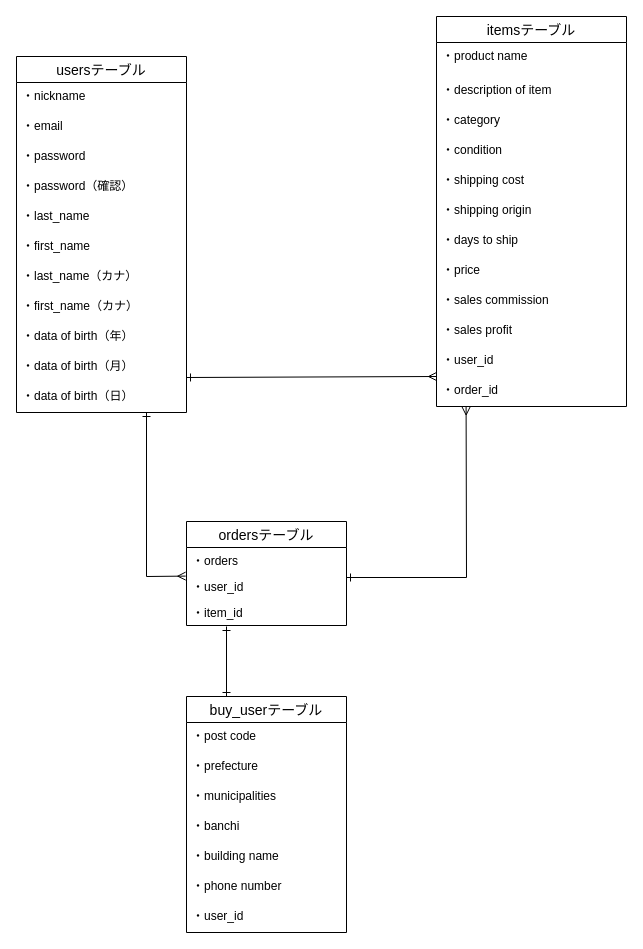
This is test.dio from hero-39/furima-39744, a draw.io file, before an edit. Source tidied: cells renumbered, new cells numbered last; positions are measured from the earlier drawing's top-left corner, leaving out a move shared by most shapes. Both pictures are drawn from the tidied source at 100%, with x=0, y=0 at pixel (16, 16).
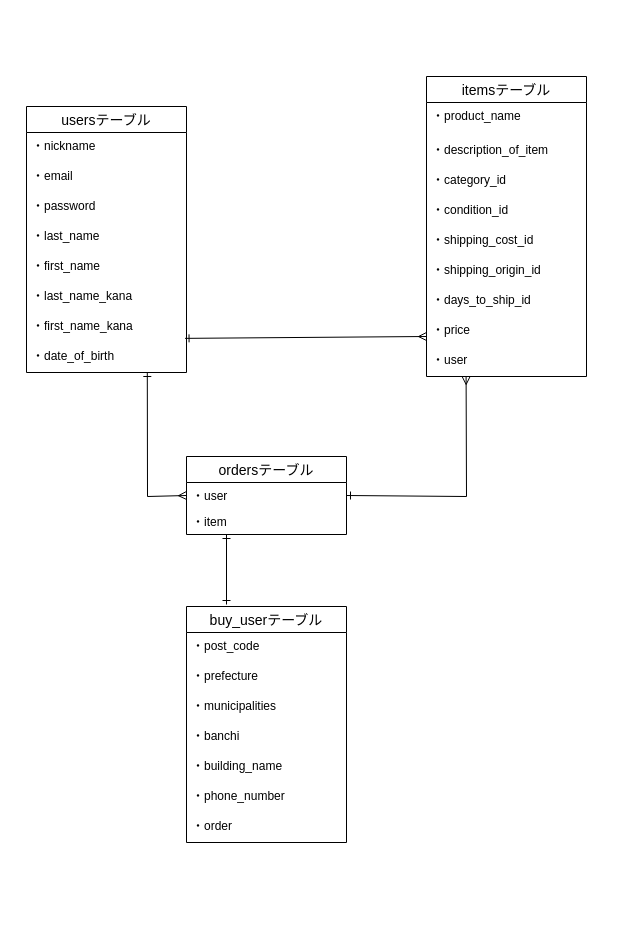
The same diagram, later.

Change to the diagram source:
```diff
@@
     <mxCell id="2" value="usersテーブル" style="swimlane;fontStyle=0;horizontal=1;startSize=26;align=center;fontSize=14;" parent="1" vertex="1">
-      <mxGeometry y="40" width="170" height="356" as="geometry" />
+      <mxGeometry x="10" y="90" width="160" height="266" as="geometry" />
     </mxCell>
-    <mxCell id="3" value="・nickname      &#10; " style="text;strokeColor=none;fillColor=none;spacingLeft=4;spacingRight=4;overflow=hidden;fontSize=12;" parent="2" vertex="1">
-      <mxGeometry y="26" width="170" height="30" as="geometry" />
+    <mxCell id="3" value="・nickname " style="text;strokeColor=none;fillColor=none;spacingLeft=4;spacingRight=4;overflow=hidden;fontSize=12;" parent="2" vertex="1">
+      <mxGeometry y="26" width="160" height="30" as="geometry" />
     </mxCell>
-    <mxCell id="4" value="・email " style="text;strokeColor=none;fillColor=none;spacingLeft=4;spacingRight=4;overflow=hidden;fontSize=12;" parent="2" vertex="1">
-      <mxGeometry y="56" width="170" height="30" as="geometry" />
+    <mxCell id="4" value="・email" style="text;strokeColor=none;fillColor=none;spacingLeft=4;spacingRight=4;overflow=hidden;fontSize=12;" parent="2" vertex="1">
+      <mxGeometry y="56" width="160" height="30" as="geometry" />
     </mxCell>
     <mxCell id="5" value="・password" style="text;strokeColor=none;fillColor=none;spacingLeft=4;spacingRight=4;overflow=hidden;fontSize=12;" parent="2" vertex="1">
-      <mxGeometry y="86" width="170" height="30" as="geometry" />
+      <mxGeometry y="86" width="160" height="30" as="geometry" />
     </mxCell>
-    <mxCell id="6" value="・password（確認）  " style="text;strokeColor=none;fillColor=none;spacingLeft=4;spacingRight=4;overflow=hidden;fontSize=12;" parent="2" vertex="1">
-      <mxGeometry y="116" width="170" height="30" as="geometry" />
-    </mxCell>
     <mxCell id="7" value="・last_name　 " style="text;strokeColor=none;fillColor=none;spacingLeft=4;spacingRight=4;overflow=hidden;fontSize=12;" parent="2" vertex="1">
-      <mxGeometry y="146" width="170" height="30" as="geometry" />
+      <mxGeometry y="116" width="160" height="30" as="geometry" />
     </mxCell>
     <mxCell id="8" value="・first_name " style="text;strokeColor=none;fillColor=none;spacingLeft=4;spacingRight=4;overflow=hidden;fontSize=12;" parent="2" vertex="1">
-      <mxGeometry y="176" width="170" height="30" as="geometry" />
+      <mxGeometry y="146" width="160" height="30" as="geometry" />
     </mxCell>
-    <mxCell id="9" value="・last_name（カナ） " style="text;strokeColor=none;fillColor=none;spacingLeft=4;spacingRight=4;overflow=hidden;fontSize=12;" parent="2" vertex="1">
-      <mxGeometry y="206" width="170" height="30" as="geometry" />
-    </mxCell>
-    <mxCell id="10" value="・first_name（カナ） " style="text;strokeColor=none;fillColor=none;spacingLeft=4;spacingRight=4;overflow=hidden;fontSize=12;" parent="2" vertex="1">
-      <mxGeometry y="236" width="170" height="30" as="geometry" />
+    <mxCell id="10" value="・last_name_kana" style="text;strokeColor=none;fillColor=none;spacingLeft=4;spacingRight=4;overflow=hidden;fontSize=12;" parent="2" vertex="1">
+      <mxGeometry y="176" width="160" height="30" as="geometry" />
     </mxCell>
-    <mxCell id="11" value="・data of birth（年） " style="text;strokeColor=none;fillColor=none;spacingLeft=4;spacingRight=4;overflow=hidden;fontSize=12;" parent="2" vertex="1">
-      <mxGeometry y="266" width="170" height="30" as="geometry" />
+    <mxCell id="11" value="・first_name_kana" style="text;strokeColor=none;fillColor=none;spacingLeft=4;spacingRight=4;overflow=hidden;fontSize=12;" parent="2" vertex="1">
+      <mxGeometry y="206" width="160" height="30" as="geometry" />
     </mxCell>
-    <mxCell id="12" value="・data of birth（月） " style="text;strokeColor=none;fillColor=none;spacingLeft=4;spacingRight=4;overflow=hidden;points=[[0,0.5],[1,0.5]];portConstraint=eastwest;fontSize=12;" parent="2" vertex="1">
-      <mxGeometry y="296" width="170" height="30" as="geometry" />
+    <mxCell id="12" value="・date_of_birth" style="text;strokeColor=none;fillColor=none;spacingLeft=4;spacingRight=4;overflow=hidden;points=[[0,0.5],[1,0.5]];portConstraint=eastwest;fontSize=12;" parent="2" vertex="1">
+      <mxGeometry y="236" width="160" height="30" as="geometry" />
     </mxCell>
-    <mxCell id="13" value="・data of birth（日） " style="text;strokeColor=none;fillColor=none;spacingLeft=4;spacingRight=4;overflow=hidden;fontSize=12;" parent="2" vertex="1">
-      <mxGeometry y="326" width="170" height="30" as="geometry" />
-    </mxCell>
     <mxCell id="14" value="itemsテーブル" style="swimlane;fontStyle=0;horizontal=1;startSize=26;align=center;fontSize=14;" parent="1" vertex="1">
-      <mxGeometry x="420" width="190" height="390" as="geometry" />
+      <mxGeometry x="410" y="60" width="160" height="300" as="geometry" />
     </mxCell>
-    <mxCell id="15" value="・product name    " style="text;strokeColor=none;fillColor=none;spacingLeft=4;spacingRight=4;overflow=hidden;fontSize=12;" parent="14" vertex="1">
-      <mxGeometry y="26" width="190" height="34" as="geometry" />
+    <mxCell id="15" value="・product_name" style="text;strokeColor=none;fillColor=none;spacingLeft=4;spacingRight=4;overflow=hidden;fontSize=12;" parent="14" vertex="1">
+      <mxGeometry y="26" width="160" height="34" as="geometry" />
     </mxCell>
-    <mxCell id="16" value="・description of item" style="text;strokeColor=none;fillColor=none;spacingLeft=4;spacingRight=4;overflow=hidden;fontSize=12;" parent="14" vertex="1">
-      <mxGeometry y="60" width="190" height="30" as="geometry" />
+    <mxCell id="16" value="・description_of_item" style="text;strokeColor=none;fillColor=none;spacingLeft=4;spacingRight=4;overflow=hidden;fontSize=12;" parent="14" vertex="1">
+      <mxGeometry y="60" width="160" height="30" as="geometry" />
     </mxCell>
-    <mxCell id="17" value="・category" style="text;strokeColor=none;fillColor=none;spacingLeft=4;spacingRight=4;overflow=hidden;fontSize=12;" parent="14" vertex="1">
-      <mxGeometry y="90" width="190" height="30" as="geometry" />
+    <mxCell id="17" value="・category_id" style="text;strokeColor=none;fillColor=none;spacingLeft=4;spacingRight=4;overflow=hidden;fontSize=12;" parent="14" vertex="1">
+      <mxGeometry y="90" width="160" height="30" as="geometry" />
     </mxCell>
-    <mxCell id="18" value="・condition" style="text;strokeColor=none;fillColor=none;spacingLeft=4;spacingRight=4;overflow=hidden;fontSize=12;" parent="14" vertex="1">
-      <mxGeometry y="120" width="190" height="30" as="geometry" />
+    <mxCell id="18" value="・condition_id" style="text;strokeColor=none;fillColor=none;spacingLeft=4;spacingRight=4;overflow=hidden;fontSize=12;" parent="14" vertex="1">
+      <mxGeometry y="120" width="160" height="30" as="geometry" />
     </mxCell>
-    <mxCell id="19" value="・shipping cost " style="text;strokeColor=none;fillColor=none;spacingLeft=4;spacingRight=4;overflow=hidden;fontSize=12;" parent="14" vertex="1">
-      <mxGeometry y="150" width="190" height="30" as="geometry" />
+    <mxCell id="19" value="・shipping_cost_id" style="text;strokeColor=none;fillColor=none;spacingLeft=4;spacingRight=4;overflow=hidden;fontSize=12;" parent="14" vertex="1">
+      <mxGeometry y="150" width="160" height="30" as="geometry" />
     </mxCell>
-    <mxCell id="20" value="・shipping origin" style="text;strokeColor=none;fillColor=none;spacingLeft=4;spacingRight=4;overflow=hidden;fontSize=12;" parent="14" vertex="1">
-      <mxGeometry y="180" width="190" height="30" as="geometry" />
+    <mxCell id="20" value="・shipping_origin_id" style="text;strokeColor=none;fillColor=none;spacingLeft=4;spacingRight=4;overflow=hidden;fontSize=12;" parent="14" vertex="1">
+      <mxGeometry y="180" width="160" height="30" as="geometry" />
     </mxCell>
-    <mxCell id="21" value="・days to ship" style="text;strokeColor=none;fillColor=none;spacingLeft=4;spacingRight=4;overflow=hidden;fontSize=12;" parent="14" vertex="1">
-      <mxGeometry y="210" width="190" height="30" as="geometry" />
+    <mxCell id="21" value="・days_to_ship_id" style="text;strokeColor=none;fillColor=none;spacingLeft=4;spacingRight=4;overflow=hidden;fontSize=12;" parent="14" vertex="1">
+      <mxGeometry y="210" width="160" height="30" as="geometry" />
     </mxCell>
     <mxCell id="22" value="・price    " style="text;strokeColor=none;fillColor=none;spacingLeft=4;spacingRight=4;overflow=hidden;fontSize=12;" parent="14" vertex="1">
-      <mxGeometry y="240" width="190" height="30" as="geometry" />
+      <mxGeometry y="240" width="160" height="30" as="geometry" />
     </mxCell>
-    <mxCell id="23" value="・sales commission " style="text;strokeColor=none;fillColor=none;spacingLeft=4;spacingRight=4;overflow=hidden;fontSize=12;" parent="14" vertex="1">
-      <mxGeometry y="270" width="190" height="30" as="geometry" />
+    <mxCell id="23" value="・user" style="text;strokeColor=none;fillColor=none;spacingLeft=4;spacingRight=4;overflow=hidden;fontSize=12;" parent="14" vertex="1">
+      <mxGeometry y="270" width="160" height="30" as="geometry" />
     </mxCell>
-    <mxCell id="24" value="・sales profit" style="text;strokeColor=none;fillColor=none;spacingLeft=4;spacingRight=4;overflow=hidden;fontSize=12;" parent="14" vertex="1">
-      <mxGeometry y="300" width="190" height="30" as="geometry" />
-    </mxCell>
-    <mxCell id="25" value="・user_id" style="text;strokeColor=none;fillColor=none;spacingLeft=4;spacingRight=4;overflow=hidden;fontSize=12;" parent="14" vertex="1">
-      <mxGeometry y="330" width="190" height="30" as="geometry" />
-    </mxCell>
-    <mxCell id="26" value="・order_id" style="text;strokeColor=none;fillColor=none;spacingLeft=4;spacingRight=4;overflow=hidden;fontSize=12;" parent="14" vertex="1">
-      <mxGeometry y="360" width="190" height="30" as="geometry" />
-    </mxCell>
     <mxCell id="27" value="ordersテーブル" style="swimlane;fontStyle=0;horizontal=1;startSize=26;align=center;fontSize=14;" parent="1" vertex="1">
-      <mxGeometry x="170" y="505" width="160" height="104" as="geometry" />
+      <mxGeometry x="170" y="440" width="160" height="78" as="geometry" />
     </mxCell>
-    <mxCell id="28" value="・orders" style="text;strokeColor=none;fillColor=none;spacingLeft=4;spacingRight=4;overflow=hidden;fontSize=12;" parent="27" vertex="1">
-      <mxGeometry y="26" width="160" height="26" as="geometry" />
-    </mxCell>
-    <mxCell id="29" value="・user_id" style="text;strokeColor=none;fillColor=none;spacingLeft=4;spacingRight=4;overflow=hidden;points=[[0,0.5],[1,0.5]];portConstraint=eastwest;fontSize=12;" parent="27" vertex="1">
-      <mxGeometry y="52" width="160" height="26" as="geometry" />
+    <mxCell id="29" value="・user" style="text;strokeColor=none;fillColor=none;spacingLeft=4;spacingRight=4;overflow=hidden;points=[[0,0.5],[1,0.5]];portConstraint=eastwest;fontSize=12;" parent="27" vertex="1">
+      <mxGeometry y="26" width="160" height="26" as="geometry" />
     </mxCell>
-    <mxCell id="30" value="・item_id" style="text;strokeColor=none;fillColor=none;spacingLeft=4;spacingRight=4;overflow=hidden;fontSize=12;" parent="27" vertex="1">
-      <mxGeometry y="78" width="160" height="26" as="geometry" />
+    <mxCell id="30" value="・item" style="text;strokeColor=none;fillColor=none;spacingLeft=4;spacingRight=4;overflow=hidden;fontSize=12;" parent="27" vertex="1">
+      <mxGeometry y="52" width="160" height="26" as="geometry" />
     </mxCell>
     <mxCell id="31" value="buy_userテーブル" style="swimlane;fontStyle=0;horizontal=1;startSize=26;align=center;fontSize=14;" parent="1" vertex="1">
-      <mxGeometry x="170" y="680" width="160" height="236" as="geometry" />
+      <mxGeometry x="170" y="590" width="160" height="236" as="geometry" />
     </mxCell>
-    <mxCell id="32" value="・post code  " style="text;strokeColor=none;fillColor=none;spacingLeft=4;spacingRight=4;overflow=hidden;fontSize=12;" parent="31" vertex="1">
+    <mxCell id="32" value="・post_code" style="text;strokeColor=none;fillColor=none;spacingLeft=4;spacingRight=4;overflow=hidden;fontSize=12;" parent="31" vertex="1">
       <mxGeometry y="26" width="160" height="30" as="geometry" />
     </mxCell>
@@
-    <mxCell id="36" value="・building name" style="text;strokeColor=none;fillColor=none;spacingLeft=4;spacingRight=4;overflow=hidden;fontSize=12;" parent="31" vertex="1">
+    <mxCell id="36" value="・building_name" style="text;strokeColor=none;fillColor=none;spacingLeft=4;spacingRight=4;overflow=hidden;fontSize=12;" parent="31" vertex="1">
       <mxGeometry y="146" width="160" height="30" as="geometry" />
     </mxCell>
-    <mxCell id="37" value="・phone number" style="text;strokeColor=none;fillColor=none;spacingLeft=4;spacingRight=4;overflow=hidden;fontSize=12;" parent="31" vertex="1">
+    <mxCell id="37" value="・phone_number" style="text;strokeColor=none;fillColor=none;spacingLeft=4;spacingRight=4;overflow=hidden;fontSize=12;" parent="31" vertex="1">
       <mxGeometry y="176" width="160" height="30" as="geometry" />
     </mxCell>
-    <mxCell id="38" value="・user_id" style="text;strokeColor=none;fillColor=none;spacingLeft=4;spacingRight=4;overflow=hidden;fontSize=12;" parent="31" vertex="1">
+    <mxCell id="38" value="・order" style="text;strokeColor=none;fillColor=none;spacingLeft=4;spacingRight=4;overflow=hidden;fontSize=12;" parent="31" vertex="1">
       <mxGeometry y="206" width="160" height="30" as="geometry" />
     </mxCell>
-    <mxCell id="39" style="endArrow=ERmany;html=1;rounded=0;startArrow=ERone;startFill=0;endFill=0;entryX=-0.004;entryY=0.954;entryDx=0;entryDy=0;entryPerimeter=0;" parent="1" edge="1">
+    <mxCell id="39" style="endArrow=ERmany;html=1;rounded=0;startArrow=ERone;startFill=0;endFill=0;entryX=0;entryY=0.5;entryDx=0;entryDy=0;" parent="1" edge="1" target="29">
       <mxGeometry relative="1" as="geometry">
-        <mxPoint x="130" y="396" as="sourcePoint" />
-        <mxPoint x="169.2" y="559.6" as="targetPoint" />
+        <mxPoint x="130.8" y="356" as="sourcePoint" />
         <Array as="points">
-          <mxPoint x="130" y="560" />
+          <mxPoint x="131" y="480" />
         </Array>
       </mxGeometry>
     </mxCell>
-    <mxCell id="40" style="endArrow=ERmany;html=1;rounded=0;startArrow=ERone;startFill=0;endFill=0;" parent="1" edge="1">
+    <mxCell id="40" style="endArrow=ERmany;html=1;rounded=0;startArrow=ERone;startFill=0;endFill=0;exitX=0.991;exitY=-0.138;exitDx=0;exitDy=0;exitPerimeter=0;" parent="1" edge="1" source="12">
       <mxGeometry relative="1" as="geometry">
-        <mxPoint x="170" y="361" as="sourcePoint" />
-        <mxPoint x="420" y="360" as="targetPoint" />
+        <mxPoint x="410" y="320" as="targetPoint" />
       </mxGeometry>
     </mxCell>
-    <mxCell id="41" style="endArrow=ERmany;html=1;rounded=0;startArrow=ERone;startFill=0;endFill=0;entryX=0.156;entryY=1.017;entryDx=0;entryDy=0;entryPerimeter=0;" parent="1" edge="1">
+    <mxCell id="41" style="endArrow=ERmany;html=1;rounded=0;startArrow=ERone;startFill=0;endFill=0;entryX=0.156;entryY=1.017;entryDx=0;entryDy=0;entryPerimeter=0;exitX=1;exitY=0.5;exitDx=0;exitDy=0;" parent="1" edge="1" source="29">
       <mxGeometry relative="1" as="geometry">
-        <mxPoint x="330" y="561" as="sourcePoint" />
-        <mxPoint x="449.6" y="390.5" as="targetPoint" />
+        <mxPoint x="449.6" y="360" as="targetPoint" />
         <Array as="points">
-          <mxPoint x="450" y="561" />
+          <mxPoint x="450" y="480" />
         </Array>
       </mxGeometry>
     </mxCell>
     <mxCell id="42" style="endArrow=ERone;html=1;rounded=0;startArrow=ERone;startFill=0;endFill=0;" parent="1" edge="1">
       <mxGeometry relative="1" as="geometry">
-        <mxPoint x="210" y="610" as="sourcePoint" />
-        <mxPoint x="210" y="680" as="targetPoint" />
+        <mxPoint x="210" y="518" as="sourcePoint" />
+        <mxPoint x="210" y="588" as="targetPoint" />
       </mxGeometry>
     </mxCell>
```
